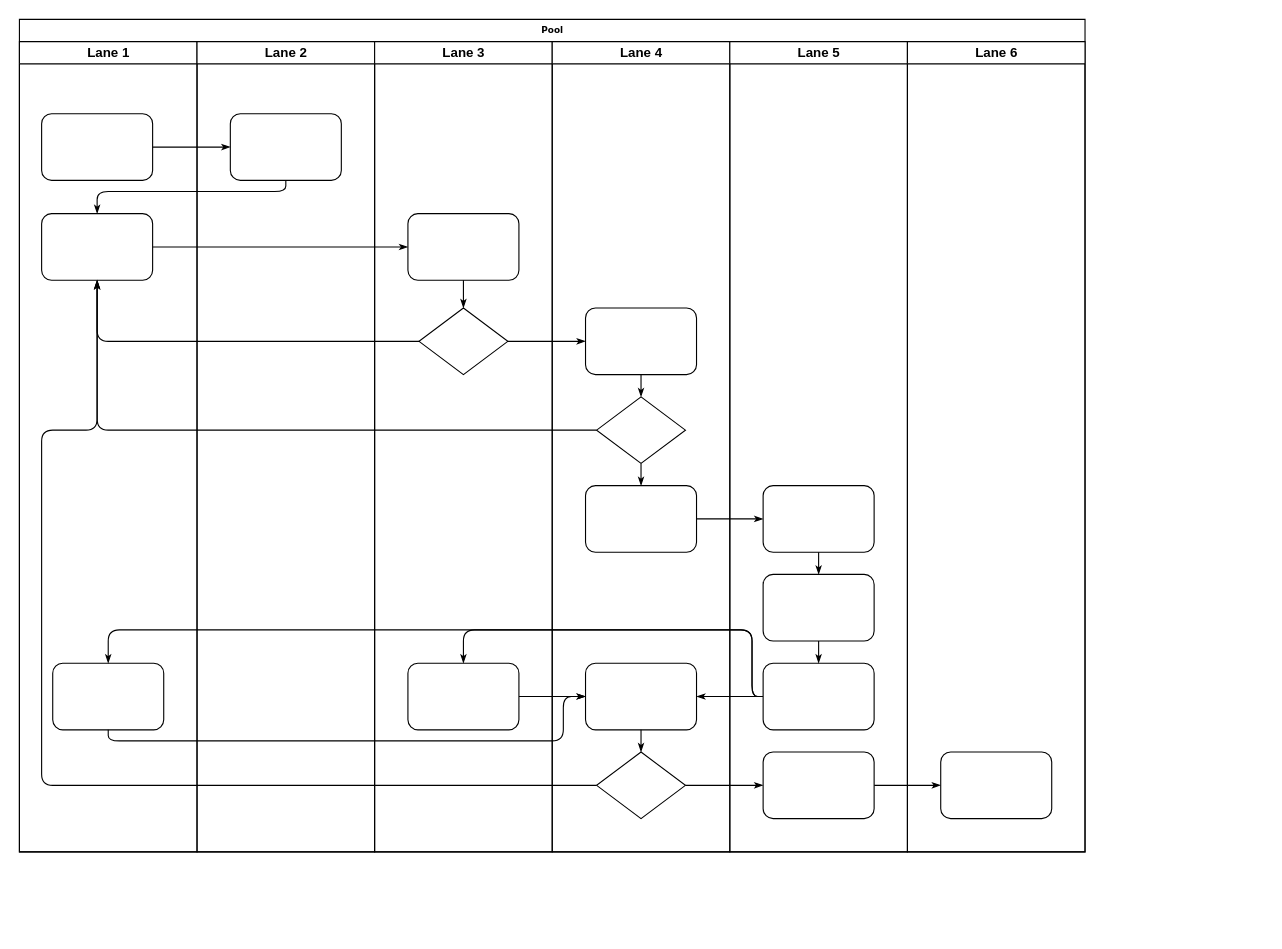
MeteoSwiss/publication-opendata keeps this draw.io diagram as docs/WebGUI_FlowChart.drawio. Above is the earlier version. Source tidied: cells renumbered, new cells numbered last; positions are measured from the earlier drawing's top-left corner, leaving out a move shared by most shapes. Both pictures are drawn from the tidied source at 111%, with x=0, y=0 at pixel (19, 19).
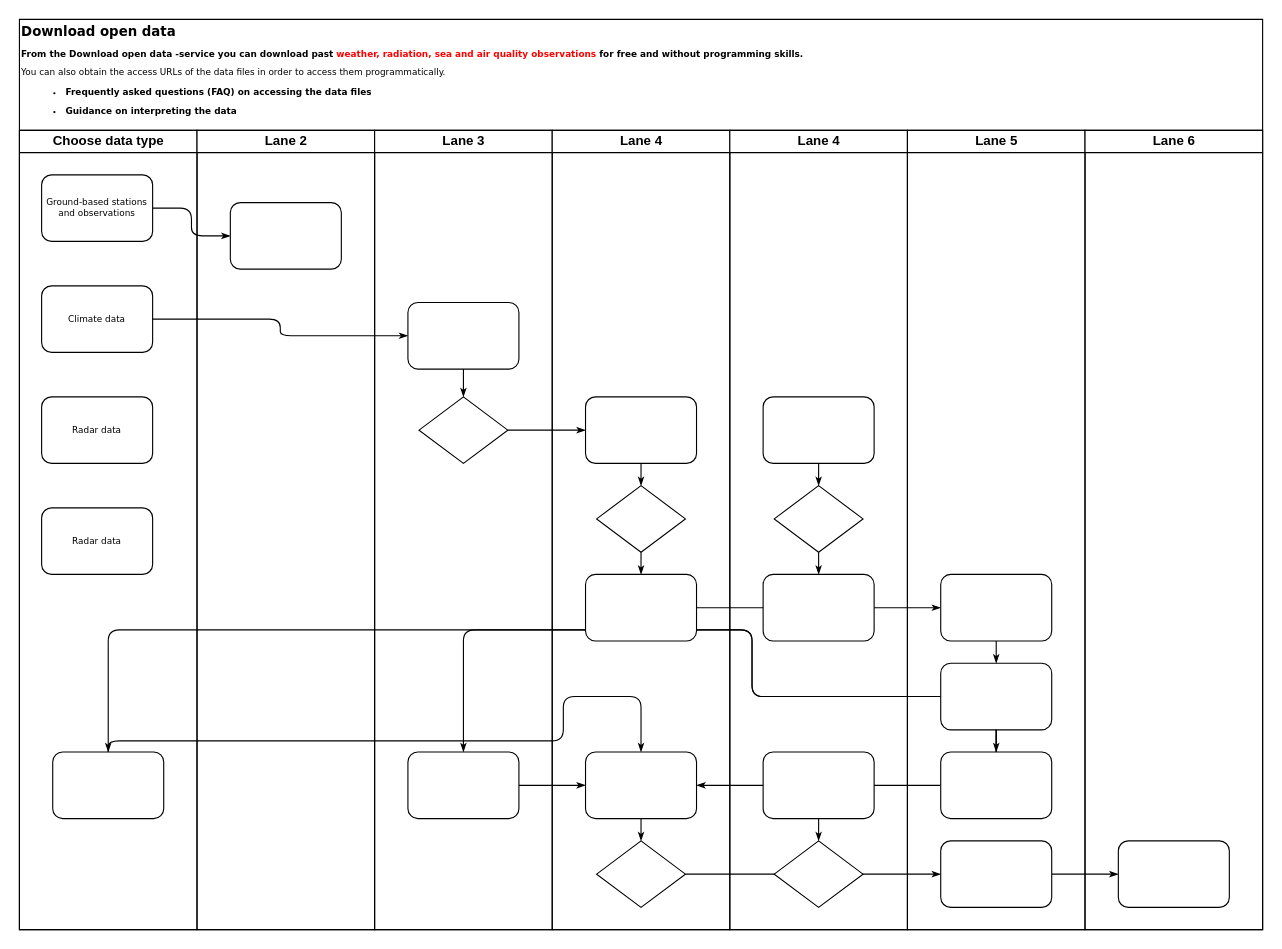
The same page after the edit.

The change refers to these unchanged cells:
```xml
<mxCell id="23" style="rounded=1;whiteSpace=wrap;html=1;shadow=0;labelBackgroundColor=none;strokeWidth=1;fontFamily=Verdana;fontSize=8;align=center;" parent="22" vertex="1">
  <mxGeometry x="30" y="65" width="100" height="60" as="geometry" />
</mxCell>
<mxCell id="26" style="rhombus;whiteSpace=wrap;html=1;rounded=0;shadow=0;labelBackgroundColor=none;strokeWidth=1;fontFamily=Verdana;fontSize=8;align=center;" parent="24" vertex="1">
  <mxGeometry x="40" y="240" width="80" height="60" as="geometry" />
</mxCell>
<mxCell id="31" style="rhombus;whiteSpace=wrap;html=1;rounded=0;shadow=0;labelBackgroundColor=none;strokeWidth=1;fontFamily=Verdana;fontSize=8;align=center;" parent="29" vertex="1">
  <mxGeometry x="40" y="320" width="80" height="60" as="geometry" />
</mxCell>
<mxCell id="34" style="rhombus;whiteSpace=wrap;html=1;rounded=0;shadow=0;labelBackgroundColor=none;strokeWidth=1;fontFamily=Verdana;fontSize=8;align=center;" parent="29" vertex="1">
  <mxGeometry x="40" y="640" width="80" height="60" as="geometry" />
</mxCell>
```

Change to the diagram source:
```diff
@@
-    <mxCell id="2" value="Pool" style="swimlane;html=1;startSize=20;rounded=0;shadow=0;labelBackgroundColor=none;strokeWidth=1;fontFamily=Verdana;fontSize=8;align=center;" parent="1" vertex="1">
-      <mxGeometry width="960" height="750" as="geometry" />
+    <mxCell id="2" value="&lt;div align=&quot;left&quot; style=&quot;font-size: 12px;&quot;&gt;Download open data&lt;br&gt;&lt;/div&gt;&lt;div align=&quot;left&quot;&gt;&lt;div data-v-5ff86223=&quot;&quot; style=&quot;display:;&quot;&gt;&lt;p data-v-5ff86223=&quot;&quot;&gt;&lt;span data-v-5ff86223=&quot;&quot;&gt;From the&lt;/span&gt; Download open data -service&lt;strong data-v-5ff86223=&quot;&quot;&gt; you can download past &lt;font color=&quot;#ff0000&quot;&gt;weather, radiation, sea and air quality observations&lt;/font&gt; for free and without programming skills. &lt;/strong&gt;&lt;/p&gt;&lt;/div&gt; &lt;p data-v-5ff86223=&quot;&quot;&gt;&lt;span style=&quot;font-weight: normal;&quot;&gt;You can also obtain the access URLs of the data files in order to access them programmatically.&lt;br&gt;&lt;/span&gt;&lt;/p&gt;&lt;ul data-v-5ff86223=&quot;&quot;&gt;&lt;li data-v-5ff86223=&quot;&quot;&gt;&lt;p data-v-5ff86223=&quot;&quot;&gt;Frequently asked questions (FAQ) on accessing the data files&lt;/p&gt;&lt;/li&gt;&lt;li data-v-5ff86223=&quot;&quot;&gt;&lt;p data-v-5ff86223=&quot;&quot;&gt;Guidance on interpreting the data&lt;/p&gt;&lt;/li&gt;&lt;/ul&gt;&lt;/div&gt;" style="swimlane;html=1;startSize=100;rounded=0;shadow=0;labelBackgroundColor=none;strokeWidth=1;fontFamily=Verdana;fontSize=8;align=left;" parent="1" vertex="1">
+      <mxGeometry width="1120" height="820" as="geometry" />
     </mxCell>
-    <mxCell id="3" value="Lane 1" style="swimlane;html=1;startSize=20;" parent="2" vertex="1">
-      <mxGeometry y="20" width="160" height="730" as="geometry" />
+    <mxCell id="3" value="Choose data type" style="swimlane;html=1;startSize=20;" parent="2" vertex="1">
+      <mxGeometry y="100" width="160" height="720" as="geometry" />
     </mxCell>
-    <mxCell id="4" style="rounded=1;whiteSpace=wrap;html=1;shadow=0;labelBackgroundColor=none;strokeWidth=1;fontFamily=Verdana;fontSize=8;align=center;" parent="3" vertex="1">
-      <mxGeometry x="20" y="65" width="100" height="60" as="geometry" />
+    <mxCell id="4" value="Ground-based stations and observations" style="rounded=1;whiteSpace=wrap;html=1;shadow=0;labelBackgroundColor=none;strokeWidth=1;fontFamily=Verdana;fontSize=8;align=center;" parent="3" vertex="1">
+      <mxGeometry x="20" y="40" width="100" height="60" as="geometry" />
     </mxCell>
-    <mxCell id="5" style="rounded=1;whiteSpace=wrap;html=1;shadow=0;labelBackgroundColor=none;strokeWidth=1;fontFamily=Verdana;fontSize=8;align=center;" parent="3" vertex="1">
-      <mxGeometry x="20" y="155" width="100" height="60" as="geometry" />
+    <mxCell id="5" value="Climate data" style="rounded=1;whiteSpace=wrap;html=1;shadow=0;labelBackgroundColor=none;strokeWidth=1;fontFamily=Verdana;fontSize=8;align=center;" parent="3" vertex="1">
+      <mxGeometry x="20" y="140" width="100" height="60" as="geometry" />
     </mxCell>
@@
+    <mxCell id="47" value="Radar data" style="rounded=1;whiteSpace=wrap;html=1;shadow=0;labelBackgroundColor=none;strokeWidth=1;fontFamily=Verdana;fontSize=8;align=center;" parent="3" vertex="1">
+      <mxGeometry x="20" y="240" width="100" height="60" as="geometry" />
+    </mxCell>
+    <mxCell id="48" value="Radar data" style="rounded=1;whiteSpace=wrap;html=1;shadow=0;labelBackgroundColor=none;strokeWidth=1;fontFamily=Verdana;fontSize=8;align=center;" parent="3" vertex="1">
+      <mxGeometry x="20" y="340" width="100" height="60" as="geometry" />
+    </mxCell>
@@
-    <mxCell id="8" style="edgeStyle=orthogonalEdgeStyle;rounded=1;html=1;labelBackgroundColor=none;startArrow=none;startFill=0;startSize=5;endArrow=classicThin;endFill=1;endSize=5;jettySize=auto;strokeWidth=1;fontFamily=Verdana;fontSize=8;" parent="2" edge="1" source="23" target="5">
-      <mxGeometry relative="1" as="geometry">
-        <Array as="points">
-          <mxPoint x="240" y="155" />
-          <mxPoint x="70" y="155" />
-        </Array>
-      </mxGeometry>
-    </mxCell>
@@
-    <mxCell id="10" style="edgeStyle=orthogonalEdgeStyle;rounded=1;html=1;labelBackgroundColor=none;startArrow=none;startFill=0;startSize=5;endArrow=classicThin;endFill=1;endSize=5;jettySize=auto;strokeWidth=1;fontFamily=Verdana;fontSize=8;" parent="2" edge="1" source="26" target="5">
-      <mxGeometry relative="1" as="geometry" />
-    </mxCell>
-    <mxCell id="11" style="edgeStyle=orthogonalEdgeStyle;rounded=1;html=1;labelBackgroundColor=none;startArrow=none;startFill=0;startSize=5;endArrow=classicThin;endFill=1;endSize=5;jettySize=auto;strokeWidth=1;fontFamily=Verdana;fontSize=8;" parent="2" edge="1" source="31" target="5">
-      <mxGeometry relative="1" as="geometry" />
-    </mxCell>
-    <mxCell id="12" style="edgeStyle=orthogonalEdgeStyle;rounded=1;html=1;labelBackgroundColor=none;startArrow=none;startFill=0;startSize=5;endArrow=classicThin;endFill=1;endSize=5;jettySize=auto;strokeWidth=1;fontFamily=Verdana;fontSize=8;" parent="2" edge="1" source="34" target="5">
-      <mxGeometry relative="1" as="geometry">
-        <Array as="points">
-          <mxPoint x="20" y="690" />
-          <mxPoint x="20" y="370" />
-          <mxPoint x="70" y="370" />
-        </Array>
-      </mxGeometry>
-    </mxCell>
@@
     <mxCell id="22" value="Lane 2" style="swimlane;html=1;startSize=20;" parent="2" vertex="1">
-      <mxGeometry x="160" y="20" width="160" height="730" as="geometry" />
+      <mxGeometry x="160" y="100" width="160" height="720" as="geometry" />
     </mxCell>
@@
     <mxCell id="24" value="Lane 3" style="swimlane;html=1;startSize=20;" parent="2" vertex="1">
-      <mxGeometry x="320" y="20" width="160" height="730" as="geometry" />
+      <mxGeometry x="320" y="100" width="160" height="720" as="geometry" />
     </mxCell>
@@
     <mxCell id="29" value="Lane 4" style="swimlane;html=1;startSize=20;" parent="2" vertex="1">
-      <mxGeometry x="480" y="20" width="160" height="730" as="geometry" />
+      <mxGeometry x="480" y="100" width="160" height="720" as="geometry" />
     </mxCell>
@@
+    <mxCell id="49" value="Lane 4" style="swimlane;html=1;startSize=20;" parent="2" vertex="1">
+      <mxGeometry x="640" y="100" width="160" height="720" as="geometry" />
+    </mxCell>
+    <mxCell id="50" style="rounded=1;whiteSpace=wrap;html=1;shadow=0;labelBackgroundColor=none;strokeWidth=1;fontFamily=Verdana;fontSize=8;align=center;" parent="49" vertex="1">
+      <mxGeometry x="30" y="240" width="100" height="60" as="geometry" />
+    </mxCell>
+    <mxCell id="51" style="rhombus;whiteSpace=wrap;html=1;rounded=0;shadow=0;labelBackgroundColor=none;strokeWidth=1;fontFamily=Verdana;fontSize=8;align=center;" parent="49" vertex="1">
+      <mxGeometry x="40" y="320" width="80" height="60" as="geometry" />
+    </mxCell>
+    <mxCell id="52" style="rounded=1;whiteSpace=wrap;html=1;shadow=0;labelBackgroundColor=none;strokeWidth=1;fontFamily=Verdana;fontSize=8;align=center;" parent="49" vertex="1">
+      <mxGeometry x="30" y="400" width="100" height="60" as="geometry" />
+    </mxCell>
+    <mxCell id="53" style="rounded=1;whiteSpace=wrap;html=1;shadow=0;labelBackgroundColor=none;strokeWidth=1;fontFamily=Verdana;fontSize=8;align=center;" parent="49" vertex="1">
+      <mxGeometry x="30" y="560" width="100" height="60" as="geometry" />
+    </mxCell>
+    <mxCell id="54" style="rhombus;whiteSpace=wrap;html=1;rounded=0;shadow=0;labelBackgroundColor=none;strokeWidth=1;fontFamily=Verdana;fontSize=8;align=center;" parent="49" vertex="1">
+      <mxGeometry x="40" y="640" width="80" height="60" as="geometry" />
+    </mxCell>
+    <mxCell id="55" style="edgeStyle=orthogonalEdgeStyle;rounded=1;html=1;labelBackgroundColor=none;startArrow=none;startFill=0;startSize=5;endArrow=classicThin;endFill=1;endSize=5;jettySize=auto;strokeColor=#000000;strokeWidth=1;fontFamily=Verdana;fontSize=8;fontColor=#000000;" parent="49" edge="1" source="50" target="51">
+      <mxGeometry relative="1" as="geometry" />
+    </mxCell>
+    <mxCell id="56" style="edgeStyle=orthogonalEdgeStyle;rounded=1;html=1;labelBackgroundColor=none;startArrow=none;startFill=0;startSize=5;endArrow=classicThin;endFill=1;endSize=5;jettySize=auto;strokeWidth=1;fontFamily=Verdana;fontSize=8;" parent="49" edge="1" source="51" target="52">
+      <mxGeometry relative="1" as="geometry" />
+    </mxCell>
+    <mxCell id="57" style="edgeStyle=orthogonalEdgeStyle;rounded=1;html=1;labelBackgroundColor=none;startArrow=none;startFill=0;startSize=5;endArrow=classicThin;endFill=1;endSize=5;jettySize=auto;strokeWidth=1;fontFamily=Verdana;fontSize=8;" parent="49" edge="1" source="53" target="54">
+      <mxGeometry relative="1" as="geometry" />
+    </mxCell>
     <mxCell id="38" value="Lane 5" style="swimlane;html=1;startSize=20;" parent="2" vertex="1">
-      <mxGeometry x="640" y="20" width="160" height="730" as="geometry" />
+      <mxGeometry x="800" y="100" width="160" height="720" as="geometry" />
     </mxCell>
@@
     <mxCell id="45" value="Lane 6" style="swimlane;html=1;startSize=20;" parent="2" vertex="1">
-      <mxGeometry x="800" y="20" width="160" height="730" as="geometry" />
+      <mxGeometry x="960" y="100" width="160" height="720" as="geometry" />
     </mxCell>
```
